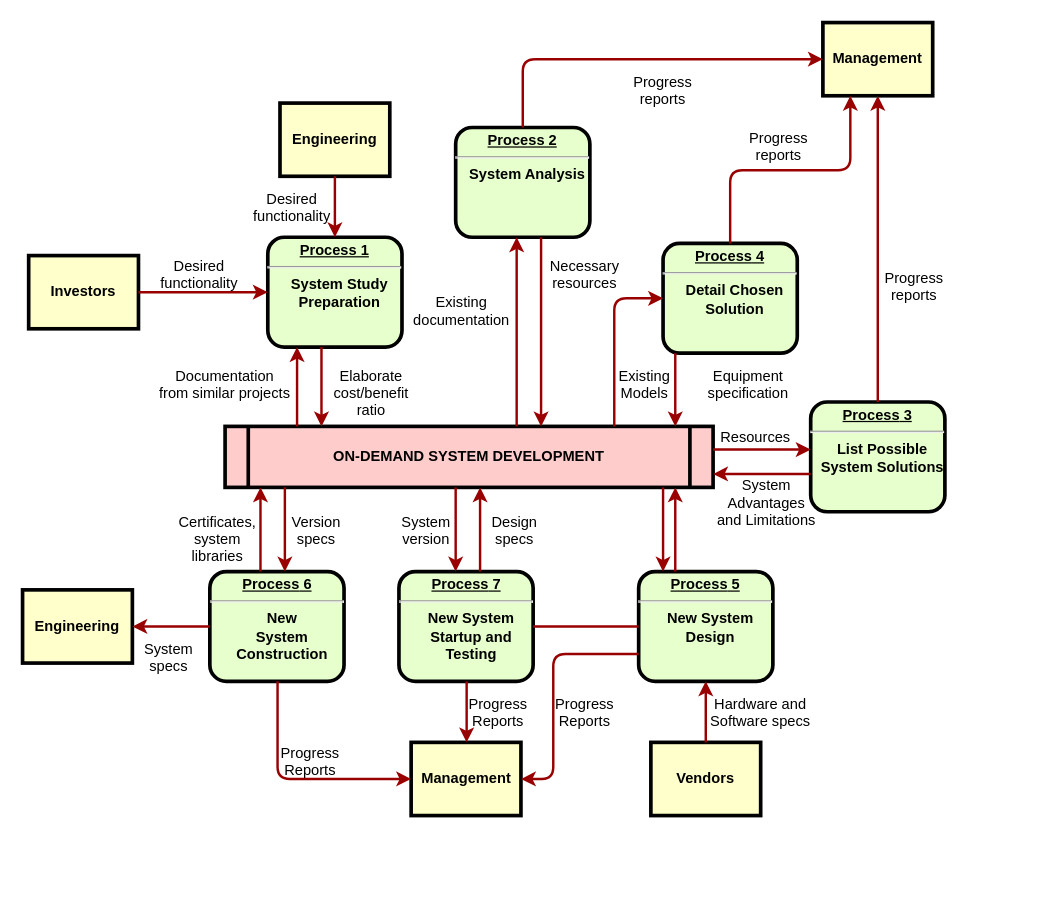
Above: SolutionArchitectCareer.drawio in pablochj/SolutionArchitect (draw.io), before the change. Source tidied: cells renumbered, new cells numbered last; positions are measured from the earlier drawing's top-left corner, leaving out a move shared by most shapes. Both pictures are drawn from the tidied source at 122%, with x=0, y=0 at pixel (22, 22).
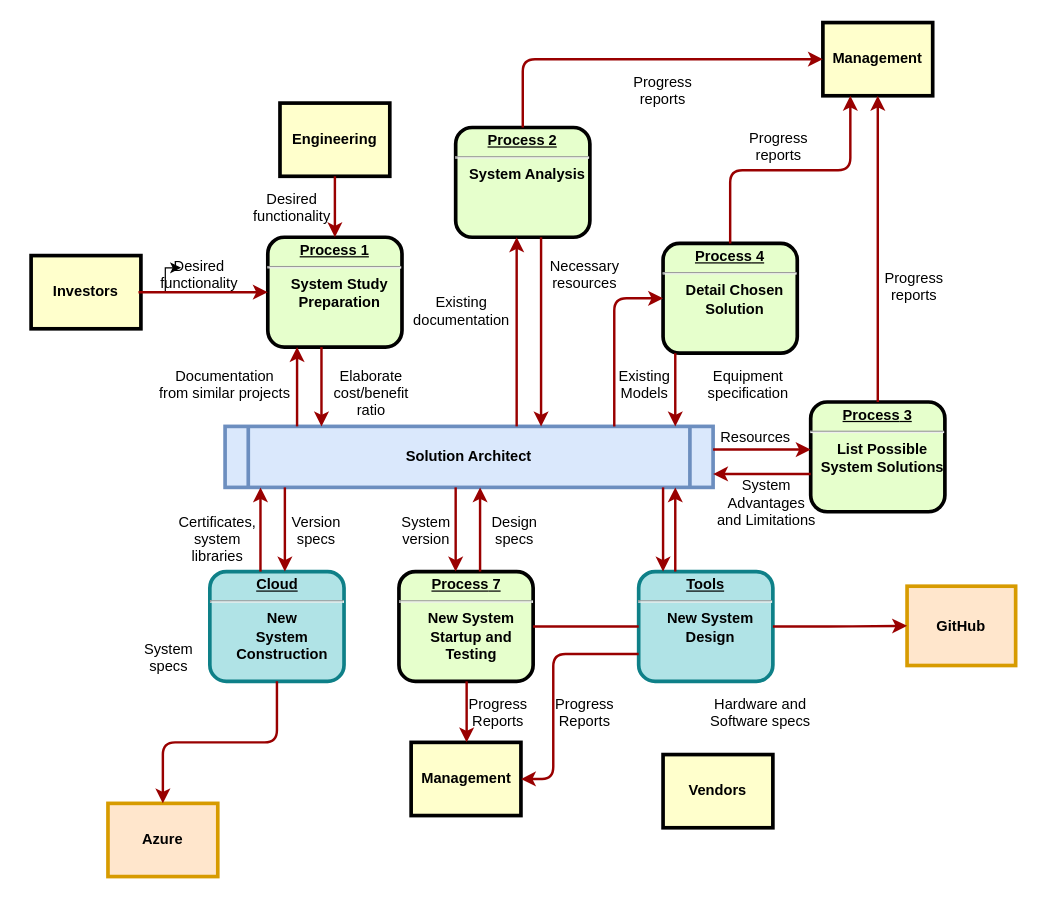
Above is the later version.

Unchanged cells that the change refers to:
```xml
<mxCell id="2" value="&lt;p style=&quot;margin: 0px; margin-top: 4px; text-align: center; text-decoration: underline;&quot;&gt;&lt;strong&gt;Process 1&lt;br /&gt;&lt;/strong&gt;&lt;/p&gt;&lt;hr /&gt;&lt;p style=&quot;margin: 0px; margin-left: 8px;&quot;&gt;System Study&lt;/p&gt;&lt;p style=&quot;margin: 0px; margin-left: 8px;&quot;&gt;Preparation&lt;/p&gt;" style="verticalAlign=middle;align=center;overflow=fill;fontSize=12;fontFamily=Helvetica;html=1;rounded=1;fontStyle=1;strokeWidth=3;fillColor=#E6FFCC;" parent="1" vertex="1">
  <mxGeometry x="201" y="176" width="110" height="90" as="geometry" />
</mxCell>
<mxCell id="12" value="Management" style="whiteSpace=wrap;align=center;verticalAlign=middle;fontStyle=1;strokeWidth=3;fillColor=#FFFFCC;" parent="1" vertex="1">
  <mxGeometry x="318.5" y="590" width="90" height="60" as="geometry" />
</mxCell>
<mxCell id="19" value="Desired &#10;functionality" style="text;spacingTop=-5;align=center;" parent="1" vertex="1">
  <mxGeometry x="130" y="191" width="30" height="20" as="geometry" />
</mxCell>
```

Diff of the diagram source:
```diff
@@
+    <mxCell id="63" style="edgeStyle=orthogonalEdgeStyle;rounded=0;jettySize=auto;html=1;" parent="1" edge="1" source="4" target="19">
+      <mxGeometry relative="1" as="geometry" />
+    </mxCell>
     <mxCell id="4" value="Investors" style="whiteSpace=wrap;align=center;verticalAlign=middle;fontStyle=1;strokeWidth=3;fillColor=#FFFFCC;" parent="1" vertex="1">
-      <mxGeometry x="5" y="191" width="90" height="60" as="geometry" />
+      <mxGeometry x="7" y="191" width="90" height="60" as="geometry" />
     </mxCell>
-    <mxCell id="5" value="ON-DEMAND SYSTEM DEVELOPMENT" style="shape=process;whiteSpace=wrap;align=center;verticalAlign=middle;size=0.0475;fontStyle=1;strokeWidth=3;fillColor=#FFCCCC;" parent="1" vertex="1">
+    <mxCell id="5" value="Solution Architect" style="shape=process;whiteSpace=wrap;align=center;verticalAlign=middle;size=0.0475;fontStyle=1;strokeWidth=3;fillColor=#dae8fc;strokeColor=#6c8ebf;" parent="1" vertex="1">
       <mxGeometry x="166" y="331" width="400" height="50" as="geometry" />
     </mxCell>
@@
-    <mxCell id="9" value="&lt;p style=&quot;margin: 0px; margin-top: 4px; text-align: center; text-decoration: underline;&quot;&gt;&lt;strong&gt;&lt;strong&gt;Process&lt;/strong&gt; 5&lt;br /&gt;&lt;/strong&gt;&lt;/p&gt;&lt;hr /&gt;&lt;p style=&quot;margin: 0px; margin-left: 8px;&quot;&gt;New System&lt;/p&gt;&lt;p style=&quot;margin: 0px; margin-left: 8px;&quot;&gt;Design&lt;/p&gt;" style="verticalAlign=middle;align=center;overflow=fill;fontSize=12;fontFamily=Helvetica;html=1;rounded=1;fontStyle=1;strokeWidth=3;fillColor=#E6FFCC;" parent="1" vertex="1">
+    <mxCell id="9" value="&lt;p style=&quot;margin: 0px; margin-top: 4px; text-align: center; text-decoration: underline;&quot;&gt;&lt;strong&gt;Tools&lt;br&gt;&lt;/strong&gt;&lt;/p&gt;&lt;hr&gt;&lt;p style=&quot;margin: 0px; margin-left: 8px;&quot;&gt;New System&lt;/p&gt;&lt;p style=&quot;margin: 0px; margin-left: 8px;&quot;&gt;Design&lt;/p&gt;" style="verticalAlign=middle;align=center;overflow=fill;fontSize=12;fontFamily=Helvetica;html=1;rounded=1;fontStyle=1;strokeWidth=3;fillColor=#b0e3e6;strokeColor=#0e8088;" parent="1" vertex="1">
       <mxGeometry x="505" y="450" width="110" height="90" as="geometry" />
     </mxCell>
-    <mxCell id="10" value="&lt;p style=&quot;margin: 0px; margin-top: 4px; text-align: center; text-decoration: underline;&quot;&gt;&lt;strong&gt;&lt;strong&gt;Process&lt;/strong&gt; 6&lt;br /&gt;&lt;/strong&gt;&lt;/p&gt;&lt;hr /&gt;&lt;p style=&quot;margin: 0px; margin-left: 8px;&quot;&gt;New&lt;/p&gt;&lt;p style=&quot;margin: 0px; margin-left: 8px;&quot;&gt;System&lt;/p&gt;&lt;p style=&quot;margin: 0px; margin-left: 8px;&quot;&gt;Construction&lt;/p&gt;" style="verticalAlign=middle;align=center;overflow=fill;fontSize=12;fontFamily=Helvetica;html=1;rounded=1;fontStyle=1;strokeWidth=3;fillColor=#E6FFCC;" parent="1" vertex="1">
+    <mxCell id="10" value="&lt;p style=&quot;margin: 0px; margin-top: 4px; text-align: center; text-decoration: underline;&quot;&gt;&lt;strong&gt;Cloud&lt;br&gt;&lt;/strong&gt;&lt;/p&gt;&lt;hr&gt;&lt;p style=&quot;margin: 0px; margin-left: 8px;&quot;&gt;New&lt;/p&gt;&lt;p style=&quot;margin: 0px; margin-left: 8px;&quot;&gt;System&lt;/p&gt;&lt;p style=&quot;margin: 0px; margin-left: 8px;&quot;&gt;Construction&lt;/p&gt;" style="verticalAlign=middle;align=center;overflow=fill;fontSize=12;fontFamily=Helvetica;html=1;rounded=1;fontStyle=1;strokeWidth=3;fillColor=#b0e3e6;strokeColor=#0e8088;" parent="1" vertex="1">
       <mxGeometry x="153.5" y="450" width="110" height="90" as="geometry" />
     </mxCell>
@@
-    <mxCell id="13" value="Engineering" style="whiteSpace=wrap;align=center;verticalAlign=middle;fontStyle=1;strokeWidth=3;fillColor=#FFFFCC;" parent="1" vertex="1">
-      <mxGeometry y="465" width="90" height="60" as="geometry" />
+    <mxCell id="13" value="Azure" style="whiteSpace=wrap;align=center;verticalAlign=middle;fontStyle=1;strokeWidth=3;fillColor=#ffe6cc;strokeColor=#d79b00;" parent="1" vertex="1">
+      <mxGeometry x="70" y="640" width="90" height="60" as="geometry" />
     </mxCell>
-    <mxCell id="14" value="Vendors" style="whiteSpace=wrap;align=center;verticalAlign=middle;fontStyle=1;strokeWidth=3;fillColor=#FFFFCC;" parent="1" vertex="1">
-      <mxGeometry x="515" y="590" width="90" height="60" as="geometry" />
+    <mxCell id="14" value="GitHub" style="whiteSpace=wrap;align=center;verticalAlign=middle;fontStyle=1;strokeWidth=3;fillColor=#ffe6cc;strokeColor=#d79b00;" parent="1" vertex="1">
+      <mxGeometry x="725" y="462" width="89" height="65" as="geometry" />
     </mxCell>
@@
-    <mxCell id="16" style="edgeStyle=none;noEdgeStyle=1;strokeColor=#990000;strokeWidth=2;" parent="1" edge="1" source="4" target="2">
-      <mxGeometry relative="1" as="geometry" />
+    <mxCell id="16" style="edgeStyle=none;noEdgeStyle=1;strokeColor=#990000;strokeWidth=2;" parent="1" edge="1" target="2">
+      <mxGeometry relative="1" as="geometry">
+        <mxPoint x="95" y="221" as="sourcePoint" />
+      </mxGeometry>
     </mxCell>
@@
-    <mxCell id="45" style="edgeStyle=elbowEdgeStyle;elbow=horizontal;strokeColor=#990000;strokeWidth=2;" parent="1" edge="1" source="14" target="9">
+    <mxCell id="45" style="edgeStyle=elbowEdgeStyle;elbow=horizontal;strokeColor=#990000;strokeWidth=2;entryX=0;entryY=0.5;entryDx=0;entryDy=0;exitX=1;exitY=0.5;exitDx=0;exitDy=0;" parent="1" edge="1" source="9" target="14">
       <mxGeometry relative="1" as="geometry" />
     </mxCell>
@@
-    <mxCell id="51" style="edgeStyle=elbowEdgeStyle;elbow=horizontal;strokeColor=#990000;strokeWidth=2;" parent="1" edge="1" source="10" target="12">
-      <mxGeometry relative="1" as="geometry">
-        <Array as="points">
-          <mxPoint x="209" y="570" />
-        </Array>
-      </mxGeometry>
-    </mxCell>
-    <mxCell id="52" value="Progress&#10;Reports" style="text;spacingTop=-5;align=center;" parent="1" vertex="1">
-      <mxGeometry x="221" y="590" width="30" height="20" as="geometry" />
-    </mxCell>
@@
+    <mxCell id="64" value="Vendors" style="whiteSpace=wrap;align=center;verticalAlign=middle;fontStyle=1;strokeWidth=3;fillColor=#FFFFCC;" parent="1" vertex="1">
+      <mxGeometry x="525" y="600" width="90" height="60" as="geometry" />
+    </mxCell>
```
